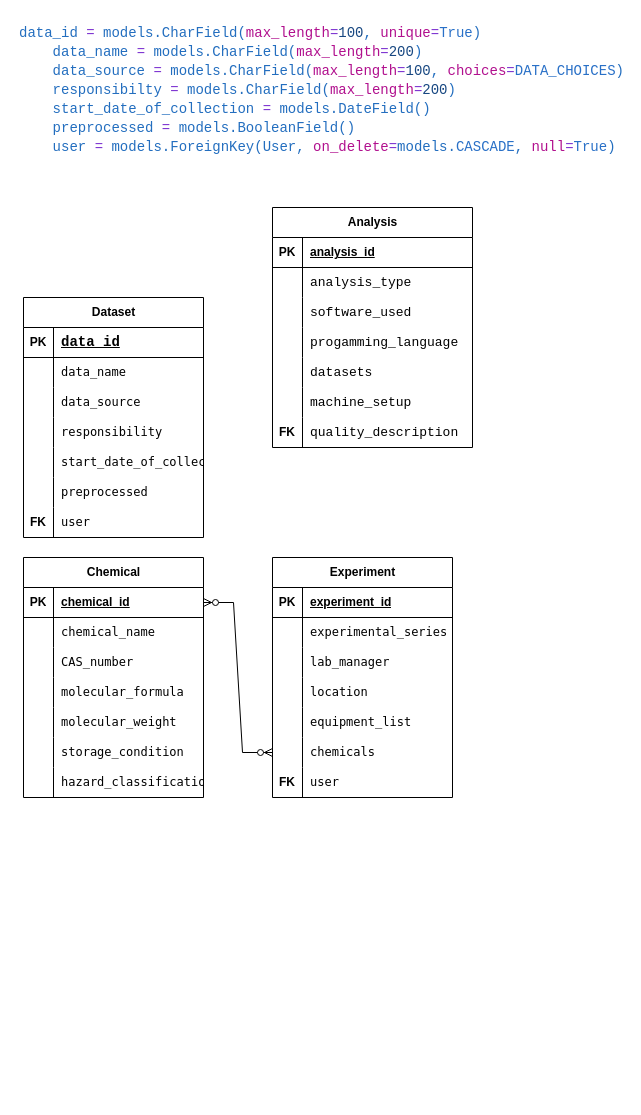
This is ERDMetadata.drawio from kay-squared/PyTorchLearn, a draw.io file, before an edit. Source tidied: cells renumbered, new cells numbered last; positions are measured from the earlier drawing's top-left corner, leaving out a move shared by most shapes. Both pictures are drawn from the tidied source at 100%, with x=0, y=0 at pixel (17, 17).
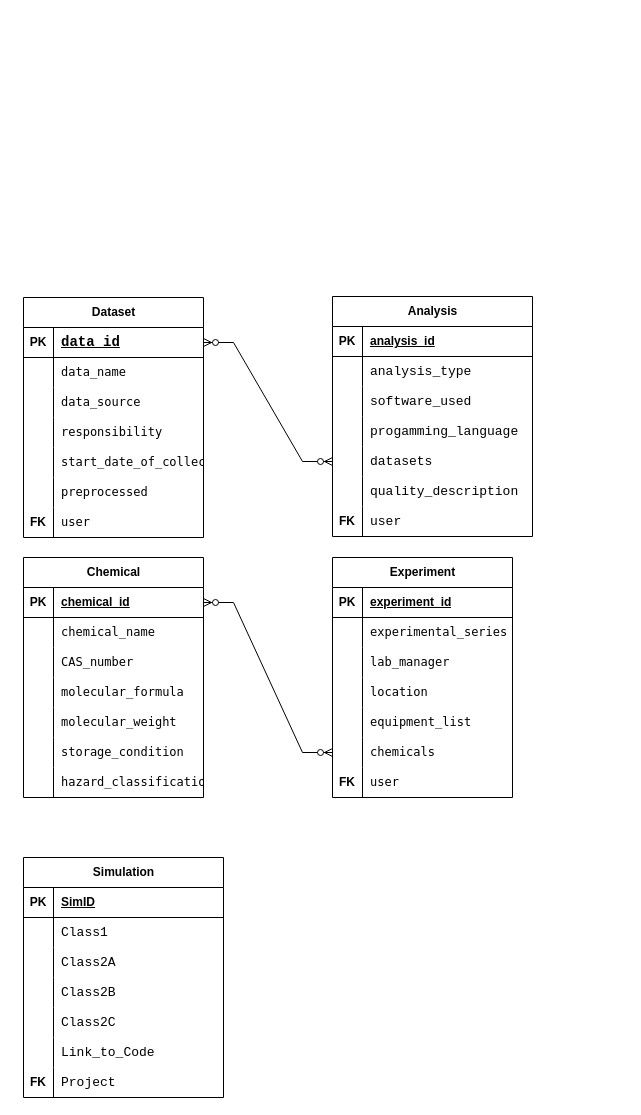
After the change.

The change refers to these unchanged cells:
```xml
<mxCell id="48" style="shape=tableRow;horizontal=0;startSize=0;swimlaneHead=0;swimlaneBody=0;fillColor=none;points=[[0,0.5],[1,0.5]];portConstraint=eastwest;top=0;left=0;right=0;bottom=1;fontColor=#000000;" parent="47" vertex="1">
  <mxGeometry y="30" width="180" height="30" as="geometry" />
</mxCell>
<mxCell id="82" style="shape=tableRow;horizontal=0;startSize=0;swimlaneHead=0;swimlaneBody=0;fillColor=none;points=[[0,0.5],[1,0.5]];portConstraint=eastwest;top=0;left=0;right=0;bottom=0;" parent="69" vertex="1">
  <mxGeometry y="150" width="200" height="30" as="geometry" />
</mxCell>
<mxCell id="85" style="shape=tableRow;horizontal=0;startSize=0;swimlaneHead=0;swimlaneBody=0;fillColor=none;top=0;left=0;right=0;bottom=0;" parent="69" vertex="1">
  <mxGeometry y="180" width="200" height="30" as="geometry" />
</mxCell>
<mxCell id="88" style="shape=tableRow;horizontal=0;startSize=0;swimlaneHead=0;swimlaneBody=0;fillColor=none;top=0;left=0;right=0;bottom=0;" parent="69" vertex="1">
  <mxGeometry y="210" width="200" height="30" as="geometry" />
</mxCell>
```

Change to the diagram source:
```diff
@@
     <mxCell id="24" value="Experiment" style="shape=table;startSize=30;childLayout=tableLayout;rowLines=0;fontStyle=1;align=center;html=1;" parent="1" vertex="1">
-      <mxGeometry x="255" y="540" width="180" height="240" as="geometry" />
+      <mxGeometry x="315" y="540" width="180" height="240" as="geometry" />
     </mxCell>
@@
     <mxCell id="69" value="Analysis" style="shape=table;startSize=30;childLayout=tableLayout;rowLines=0;fontStyle=1;align=center;html=1;" parent="1" vertex="1">
-      <mxGeometry x="255" y="190" width="200" height="240" as="geometry" />
+      <mxGeometry x="315" y="279" width="200" height="240" as="geometry" />
     </mxCell>
@@
-    <mxCell id="87" value="machine_setup" style="shape=partialRectangle;fillColor=none;top=0;left=0;bottom=0;right=0;align=left;spacingLeft=6;overflow=hidden;whiteSpace=wrap;html=1;fontFamily=Courier New;fontSize=13;" parent="85" vertex="1">
+    <mxCell id="87" value="quality_description" style="shape=partialRectangle;fillColor=none;top=0;left=0;bottom=0;right=0;align=left;spacingLeft=6;overflow=hidden;whiteSpace=wrap;html=1;fontFamily=Courier New;fontSize=13;" parent="85" vertex="1">
       <mxGeometry x="30" width="170" height="30" as="geometry" />
     </mxCell>
@@
-    <mxCell id="89" value="&lt;span style=&quot;color: rgba(0, 0, 0, 0); font-family: monospace; font-size: 0px; text-align: start; text-wrap: nowrap;&quot;&gt;FK&lt;/span&gt;&lt;span style=&quot;font-weight: 700;&quot;&gt;FK&lt;/span&gt;" style="shape=partialRectangle;fillColor=none;top=0;left=0;bottom=0;right=0;overflow=hidden;whiteSpace=wrap;html=1;" parent="88" vertex="1">
+    <mxCell id="89" value="&lt;span style=&quot;text-wrap: nowrap; font-family: monospace; font-size: 0px; text-align: start;&quot;&gt;FK&lt;/span&gt;&lt;span style=&quot;font-weight: 700;&quot;&gt;FK&lt;/span&gt;" style="shape=partialRectangle;fillColor=none;top=0;left=0;bottom=0;right=0;overflow=hidden;whiteSpace=wrap;html=1;" parent="88" vertex="1">
       <mxGeometry width="30" height="30" as="geometry" />
     </mxCell>
-    <mxCell id="90" value="quality_description" style="shape=partialRectangle;fillColor=none;top=0;left=0;bottom=0;right=0;align=left;spacingLeft=6;overflow=hidden;whiteSpace=wrap;html=1;fontFamily=Courier New;fontSize=13;" parent="88" vertex="1">
+    <mxCell id="90" value="user" style="shape=partialRectangle;fillColor=none;top=0;left=0;bottom=0;right=0;align=left;spacingLeft=6;overflow=hidden;whiteSpace=wrap;html=1;fontFamily=Courier New;fontSize=13;" parent="88" vertex="1">
       <mxGeometry x="30" width="170" height="30" as="geometry" />
     </mxCell>
-    <mxCell id="91" value="&lt;div style=&quot;color: #236ebf;background-color: #ffffff;font-family: Consolas, 'Courier New', monospace;font-weight: normal;font-size: 14px;line-height: 19px;white-space: pre;&quot;&gt;&lt;div&gt;&lt;span style=&quot;color: #236ebf;&quot;&gt;data_id &lt;/span&gt;&lt;span style=&quot;color: #7b30d0;font-style: italic;&quot;&gt;=&lt;/span&gt;&lt;span style=&quot;color: #236ebf;&quot;&gt; models.CharField(&lt;/span&gt;&lt;span style=&quot;color: #b1108e;&quot;&gt;max_length&lt;/span&gt;&lt;span style=&quot;color: #7b30d0;font-style: italic;&quot;&gt;=&lt;/span&gt;&lt;span style=&quot;color: #174781;&quot;&gt;100&lt;/span&gt;&lt;span style=&quot;color: #236ebf;&quot;&gt;, &lt;/span&gt;&lt;span style=&quot;color: #b1108e;&quot;&gt;unique&lt;/span&gt;&lt;span style=&quot;color: #7b30d0;font-style: italic;&quot;&gt;=&lt;/span&gt;&lt;span style=&quot;color: #2970c7;&quot;&gt;True&lt;/span&gt;&lt;span style=&quot;color: #236ebf;&quot;&gt;)&lt;/span&gt;&lt;/div&gt;&lt;div&gt;&lt;span style=&quot;color: #236ebf;&quot;&gt;&amp;nbsp; &amp;nbsp; data_name &lt;/span&gt;&lt;span style=&quot;color: #7b30d0;font-style: italic;&quot;&gt;=&lt;/span&gt;&lt;span style=&quot;color: #236ebf;&quot;&gt; models.CharField(&lt;/span&gt;&lt;span style=&quot;color: #b1108e;&quot;&gt;max_length&lt;/span&gt;&lt;span style=&quot;color: #7b30d0;font-style: italic;&quot;&gt;=&lt;/span&gt;&lt;span style=&quot;color: #174781;&quot;&gt;200&lt;/span&gt;&lt;span style=&quot;color: #236ebf;&quot;&gt;)&lt;/span&gt;&lt;/div&gt;&lt;div&gt;&lt;span style=&quot;color: #236ebf;&quot;&gt;&amp;nbsp; &amp;nbsp; data_source &lt;/span&gt;&lt;span style=&quot;color: #7b30d0;font-style: italic;&quot;&gt;=&lt;/span&gt;&lt;span style=&quot;color: #236ebf;&quot;&gt; models.CharField(&lt;/span&gt;&lt;span style=&quot;color: #b1108e;&quot;&gt;max_length&lt;/span&gt;&lt;span style=&quot;color: #7b30d0;font-style: italic;&quot;&gt;=&lt;/span&gt;&lt;span style=&quot;color: #174781;&quot;&gt;100&lt;/span&gt;&lt;span style=&quot;color: #236ebf;&quot;&gt;, &lt;/span&gt;&lt;span style=&quot;color: #b1108e;&quot;&gt;choices&lt;/span&gt;&lt;span style=&quot;color: #7b30d0;font-style: italic;&quot;&gt;=&lt;/span&gt;&lt;span style=&quot;color: #2970c7;&quot;&gt;DATA_CHOICES&lt;/span&gt;&lt;span style=&quot;color: #236ebf;&quot;&gt;)&lt;/span&gt;&lt;/div&gt;&lt;div&gt;&lt;span style=&quot;color: #236ebf;&quot;&gt;&amp;nbsp; &amp;nbsp; responsibilty &lt;/span&gt;&lt;span style=&quot;color: #7b30d0;font-style: italic;&quot;&gt;=&lt;/span&gt;&lt;span style=&quot;color: #236ebf;&quot;&gt; models.CharField(&lt;/span&gt;&lt;span style=&quot;color: #b1108e;&quot;&gt;max_length&lt;/span&gt;&lt;span style=&quot;color: #7b30d0;font-style: italic;&quot;&gt;=&lt;/span&gt;&lt;span style=&quot;color: #174781;&quot;&gt;200&lt;/span&gt;&lt;span style=&quot;color: #236ebf;&quot;&gt;)&lt;/span&gt;&lt;/div&gt;&lt;div&gt;&lt;span style=&quot;color: #236ebf;&quot;&gt;&amp;nbsp; &amp;nbsp; start_date_of_collection &lt;/span&gt;&lt;span style=&quot;color: #7b30d0;font-style: italic;&quot;&gt;=&lt;/span&gt;&lt;span style=&quot;color: #236ebf;&quot;&gt; models.DateField()&lt;/span&gt;&lt;/div&gt;&lt;div&gt;&lt;span style=&quot;color: #236ebf;&quot;&gt;&amp;nbsp; &amp;nbsp; preprocessed &lt;/span&gt;&lt;span style=&quot;color: #7b30d0;font-style: italic;&quot;&gt;=&lt;/span&gt;&lt;span style=&quot;color: #236ebf;&quot;&gt; models.BooleanField()&lt;/span&gt;&lt;/div&gt;&lt;div&gt;&lt;span style=&quot;color: #236ebf;&quot;&gt;&amp;nbsp; &amp;nbsp; user &lt;/span&gt;&lt;span style=&quot;color: #7b30d0;font-style: italic;&quot;&gt;=&lt;/span&gt;&lt;span style=&quot;color: #236ebf;&quot;&gt; models.ForeignKey(User, &lt;/span&gt;&lt;span style=&quot;color: #b1108e;&quot;&gt;on_delete&lt;/span&gt;&lt;span style=&quot;color: #7b30d0;font-style: italic;&quot;&gt;=&lt;/span&gt;&lt;span style=&quot;color: #236ebf;&quot;&gt;models.&lt;/span&gt;&lt;span style=&quot;color: #2970c7;&quot;&gt;CASCADE&lt;/span&gt;&lt;span style=&quot;color: #236ebf;&quot;&gt;, &lt;/span&gt;&lt;span style=&quot;color: #b1108e;&quot;&gt;null&lt;/span&gt;&lt;span style=&quot;color: #7b30d0;font-style: italic;&quot;&gt;=&lt;/span&gt;&lt;span style=&quot;color: #2970c7;&quot;&gt;True&lt;/span&gt;&lt;span style=&quot;color: #236ebf;&quot;&gt;)&lt;/span&gt;&lt;/div&gt;&lt;/div&gt;" style="text;whiteSpace=wrap;html=1;" parent="1" vertex="1">
-      <mxGeometry width="560" height="160" as="geometry" />
-    </mxCell>
+    <mxCell id="92" style="edgeStyle=entityRelationEdgeStyle;fontSize=12;html=1;endArrow=ERzeroToMany;endFill=1;startArrow=ERzeroToMany;rounded=0;exitX=1;exitY=0.5;exitDx=0;exitDy=0;" parent="1" edge="1" source="48" target="82">
+      <mxGeometry relative="1" as="geometry" />
+    </mxCell>
+    <mxCell id="93" value="Simulation" style="shape=table;startSize=30;childLayout=tableLayout;rowLines=0;fontStyle=1;align=center;html=1;" parent="1" vertex="1">
+      <mxGeometry x="6" y="840" width="200" height="240" as="geometry" />
+    </mxCell>
+    <mxCell id="94" style="shape=tableRow;horizontal=0;startSize=0;swimlaneHead=0;swimlaneBody=0;fillColor=none;top=0;left=0;right=0;bottom=1;" parent="93" vertex="1">
+      <mxGeometry y="30" width="200" height="30" as="geometry" />
+    </mxCell>
+    <mxCell id="95" value="PK" style="shape=partialRectangle;fillColor=none;top=0;left=0;bottom=0;right=0;fontStyle=1;overflow=hidden;whiteSpace=wrap;html=1;" parent="94" vertex="1">
+      <mxGeometry width="30" height="30" as="geometry" />
+    </mxCell>
+    <mxCell id="96" value="SimID" style="shape=partialRectangle;fillColor=none;top=0;left=0;bottom=0;right=0;align=left;spacingLeft=6;fontStyle=5;overflow=hidden;whiteSpace=wrap;html=1;" parent="94" vertex="1">
+      <mxGeometry x="30" width="170" height="30" as="geometry" />
+    </mxCell>
+    <mxCell id="97" style="shape=tableRow;horizontal=0;startSize=0;swimlaneHead=0;swimlaneBody=0;fillColor=none;top=0;left=0;right=0;bottom=0;" parent="93" vertex="1">
+      <mxGeometry y="60" width="200" height="30" as="geometry" />
+    </mxCell>
+    <mxCell id="98" style="shape=partialRectangle;fillColor=none;top=0;left=0;bottom=0;right=0;overflow=hidden;whiteSpace=wrap;html=1;" parent="97" vertex="1">
+      <mxGeometry width="30" height="30" as="geometry" />
+    </mxCell>
+    <mxCell id="99" value="Class1" style="shape=partialRectangle;fillColor=none;top=0;left=0;bottom=0;right=0;align=left;spacingLeft=6;overflow=hidden;whiteSpace=wrap;html=1;fontFamily=Courier New;fontSize=13;" parent="97" vertex="1">
+      <mxGeometry x="30" width="170" height="30" as="geometry" />
+    </mxCell>
+    <mxCell id="100" style="shape=tableRow;horizontal=0;startSize=0;swimlaneHead=0;swimlaneBody=0;fillColor=none;top=0;left=0;right=0;bottom=0;" parent="93" vertex="1">
+      <mxGeometry y="90" width="200" height="30" as="geometry" />
+    </mxCell>
+    <mxCell id="101" style="shape=partialRectangle;fillColor=none;top=0;left=0;bottom=0;right=0;overflow=hidden;whiteSpace=wrap;html=1;" parent="100" vertex="1">
+      <mxGeometry width="30" height="30" as="geometry" />
+    </mxCell>
+    <mxCell id="102" value="Class2A" style="shape=partialRectangle;fillColor=none;top=0;left=0;bottom=0;right=0;align=left;spacingLeft=6;overflow=hidden;whiteSpace=wrap;html=1;fontFamily=Courier New;fontSize=13;" parent="100" vertex="1">
+      <mxGeometry x="30" width="170" height="30" as="geometry" />
+    </mxCell>
+    <mxCell id="103" style="shape=tableRow;horizontal=0;startSize=0;swimlaneHead=0;swimlaneBody=0;fillColor=none;top=0;left=0;right=0;bottom=0;" parent="93" vertex="1">
+      <mxGeometry y="120" width="200" height="30" as="geometry" />
+    </mxCell>
+    <mxCell id="104" style="shape=partialRectangle;fillColor=none;top=0;left=0;bottom=0;right=0;overflow=hidden;whiteSpace=wrap;html=1;" parent="103" vertex="1">
+      <mxGeometry width="30" height="30" as="geometry" />
+    </mxCell>
+    <mxCell id="105" value="Class2B" style="shape=partialRectangle;fillColor=none;top=0;left=0;bottom=0;right=0;align=left;spacingLeft=6;overflow=hidden;whiteSpace=wrap;html=1;fontFamily=Courier New;fontSize=13;" parent="103" vertex="1">
+      <mxGeometry x="30" width="170" height="30" as="geometry" />
+    </mxCell>
+    <mxCell id="106" style="shape=tableRow;horizontal=0;startSize=0;swimlaneHead=0;swimlaneBody=0;fillColor=none;top=0;left=0;right=0;bottom=0;" parent="93" vertex="1">
+      <mxGeometry y="150" width="200" height="30" as="geometry" />
+    </mxCell>
+    <mxCell id="107" style="shape=partialRectangle;fillColor=none;top=0;left=0;bottom=0;right=0;overflow=hidden;whiteSpace=wrap;html=1;" parent="106" vertex="1">
+      <mxGeometry width="30" height="30" as="geometry" />
+    </mxCell>
+    <mxCell id="108" value="Class2C" style="shape=partialRectangle;fillColor=none;top=0;left=0;bottom=0;right=0;align=left;spacingLeft=6;overflow=hidden;whiteSpace=wrap;html=1;fontFamily=Courier New;fontSize=13;" parent="106" vertex="1">
+      <mxGeometry x="30" width="170" height="30" as="geometry" />
+    </mxCell>
+    <mxCell id="109" style="shape=tableRow;horizontal=0;startSize=0;swimlaneHead=0;swimlaneBody=0;fillColor=none;top=0;left=0;right=0;bottom=0;" parent="93" vertex="1">
+      <mxGeometry y="180" width="200" height="30" as="geometry" />
+    </mxCell>
+    <mxCell id="110" style="shape=partialRectangle;fillColor=none;top=0;left=0;bottom=0;right=0;overflow=hidden;whiteSpace=wrap;html=1;" parent="109" vertex="1">
+      <mxGeometry width="30" height="30" as="geometry" />
+    </mxCell>
+    <mxCell id="111" value="Link_to_Code" style="shape=partialRectangle;fillColor=none;top=0;left=0;bottom=0;right=0;align=left;spacingLeft=6;overflow=hidden;whiteSpace=wrap;html=1;fontFamily=Courier New;fontSize=13;" parent="109" vertex="1">
+      <mxGeometry x="30" width="170" height="30" as="geometry" />
+    </mxCell>
+    <mxCell id="112" style="shape=tableRow;horizontal=0;startSize=0;swimlaneHead=0;swimlaneBody=0;fillColor=none;top=0;left=0;right=0;bottom=0;" parent="93" vertex="1">
+      <mxGeometry y="210" width="200" height="30" as="geometry" />
+    </mxCell>
+    <mxCell id="113" value="&lt;span style=&quot;color: rgba(0, 0, 0, 0); font-family: monospace; font-size: 0px; text-align: start; text-wrap: nowrap;&quot;&gt;FK&lt;/span&gt;&lt;span style=&quot;font-weight: 700;&quot;&gt;FK&lt;/span&gt;" style="shape=partialRectangle;fillColor=none;top=0;left=0;bottom=0;right=0;overflow=hidden;whiteSpace=wrap;html=1;" parent="112" vertex="1">
+      <mxGeometry width="30" height="30" as="geometry" />
+    </mxCell>
+    <mxCell id="114" value="Project" style="shape=partialRectangle;fillColor=none;top=0;left=0;bottom=0;right=0;align=left;spacingLeft=6;overflow=hidden;whiteSpace=wrap;html=1;fontFamily=Courier New;fontSize=13;" parent="112" vertex="1">
+      <mxGeometry x="30" width="170" height="30" as="geometry" />
+    </mxCell>
```
